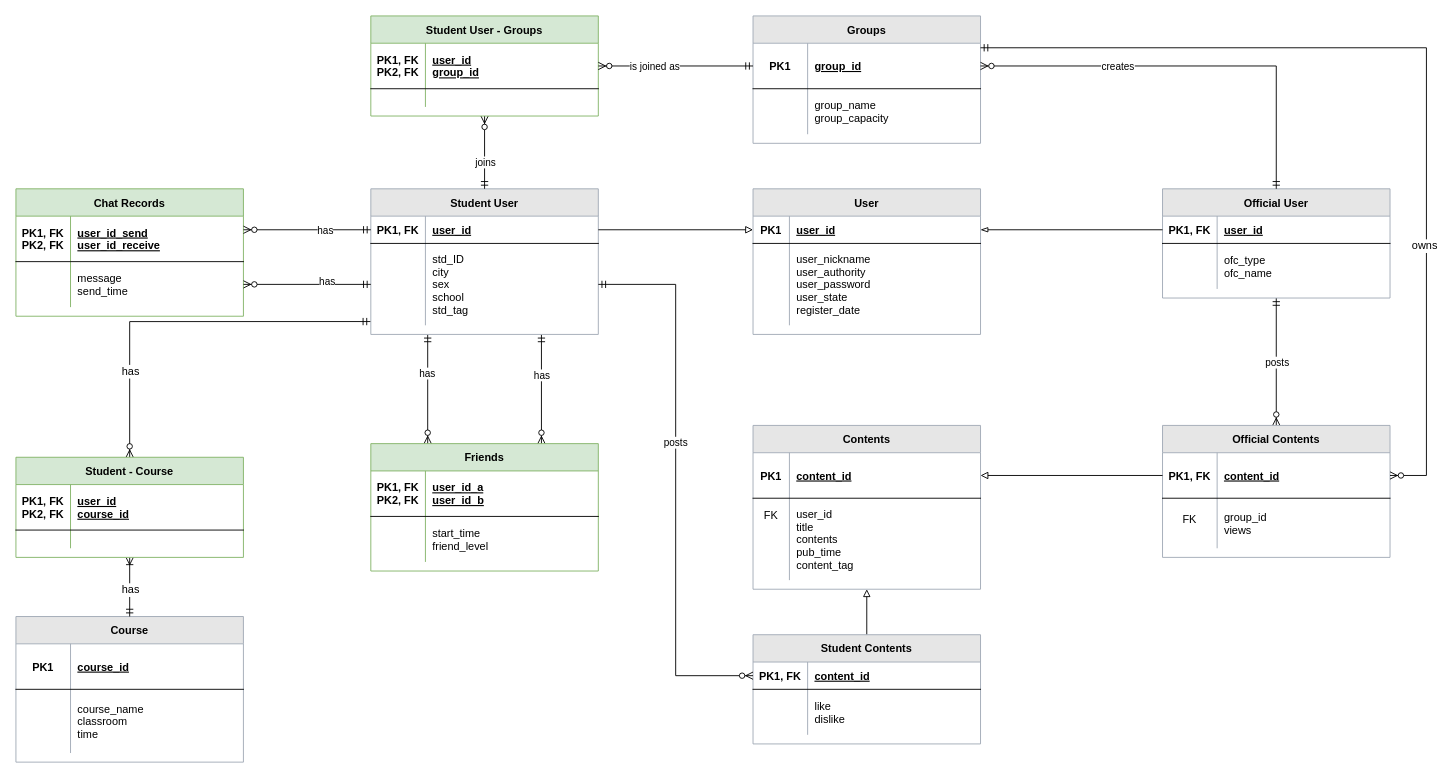
Earlier version of the draw.io diagram Untitled Diagram.drawio (LeoHolmes416/Code-Symphony). Source tidied: cells renumbered, new cells numbered last; positions are measured from the earlier drawing's top-left corner, leaving out a move shared by most shapes. Both pictures are drawn from the tidied source at 91%, with x=0, y=0 at pixel (15, 15).
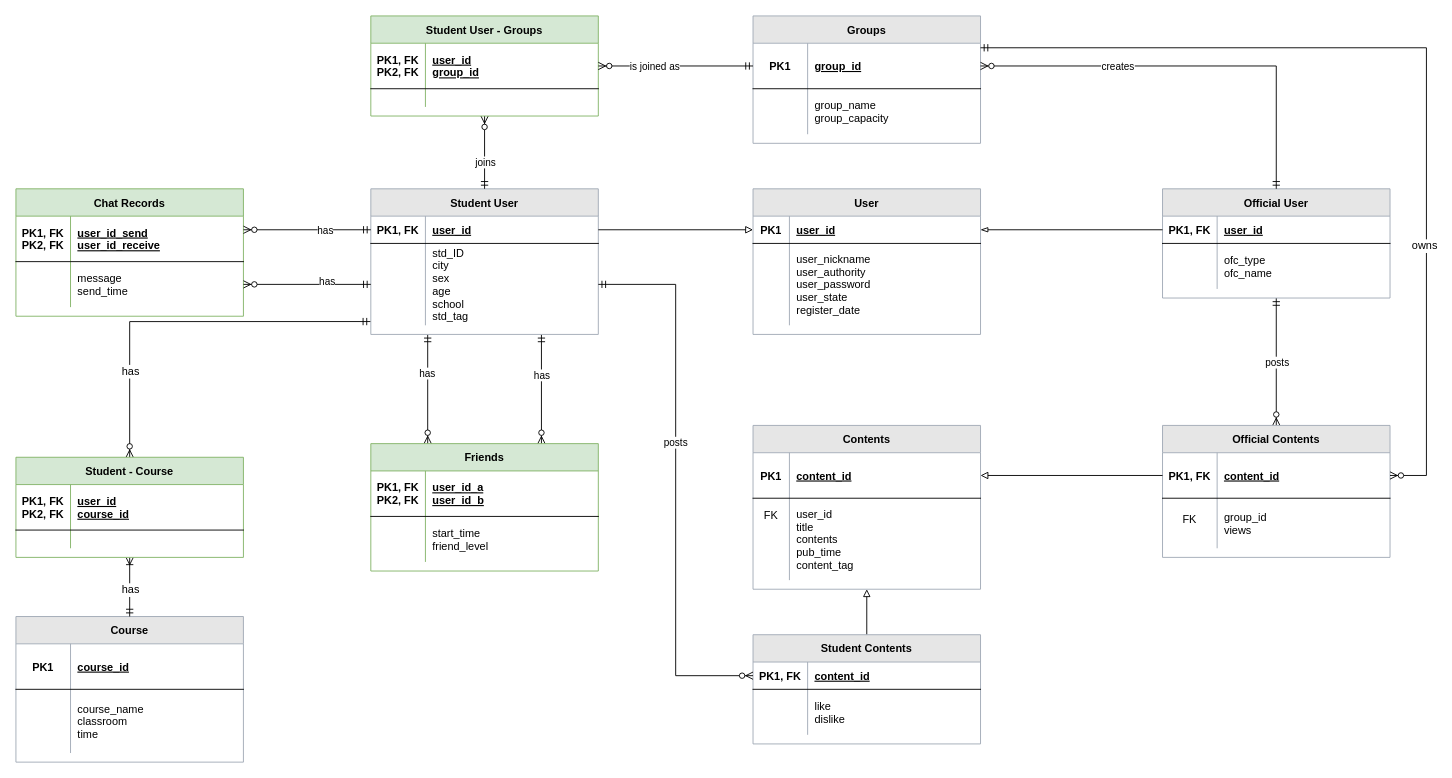
After the change.

Unchanged cells that the change refers to:
```xml
<mxCell id="17" style="shape=partialRectangle;fillColor=none;points=[[0,0.5],[1,0.5]];portConstraint=eastwest;top=0;left=0;right=0;bottom=0;" parent="13" vertex="1">
  <mxGeometry y="60" width="250" height="90" as="geometry" />
</mxCell>
```

What changed in the source:
```diff
@@
-    <mxCell id="19" value="std_ID&#10;city&#10;sex&#10;school&#10;std_tag" style="shape=partialRectangle;overflow=hidden;fillColor=none;top=0;left=0;bottom=0;right=0;align=left;spacingLeft=6;" parent="17" vertex="1">
+    <mxCell id="19" value="std_ID&#10;city&#10;sex&#10;age&#10;school&#10;std_tag" style="shape=partialRectangle;overflow=hidden;fillColor=none;top=0;left=0;bottom=0;right=0;align=left;spacingLeft=6;" parent="17" vertex="1">
       <mxGeometry x="60" width="190" height="90" as="geometry" />
     </mxCell>
```
